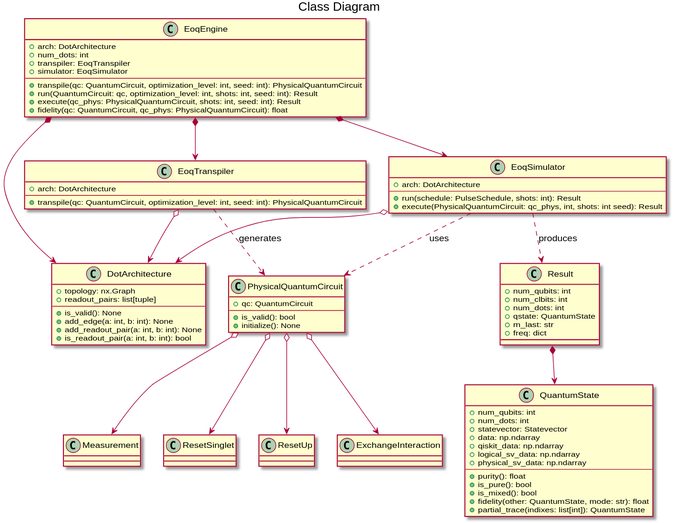
Above: uml/class.svg in samn33/eoqrid (PlantUML), before the change.
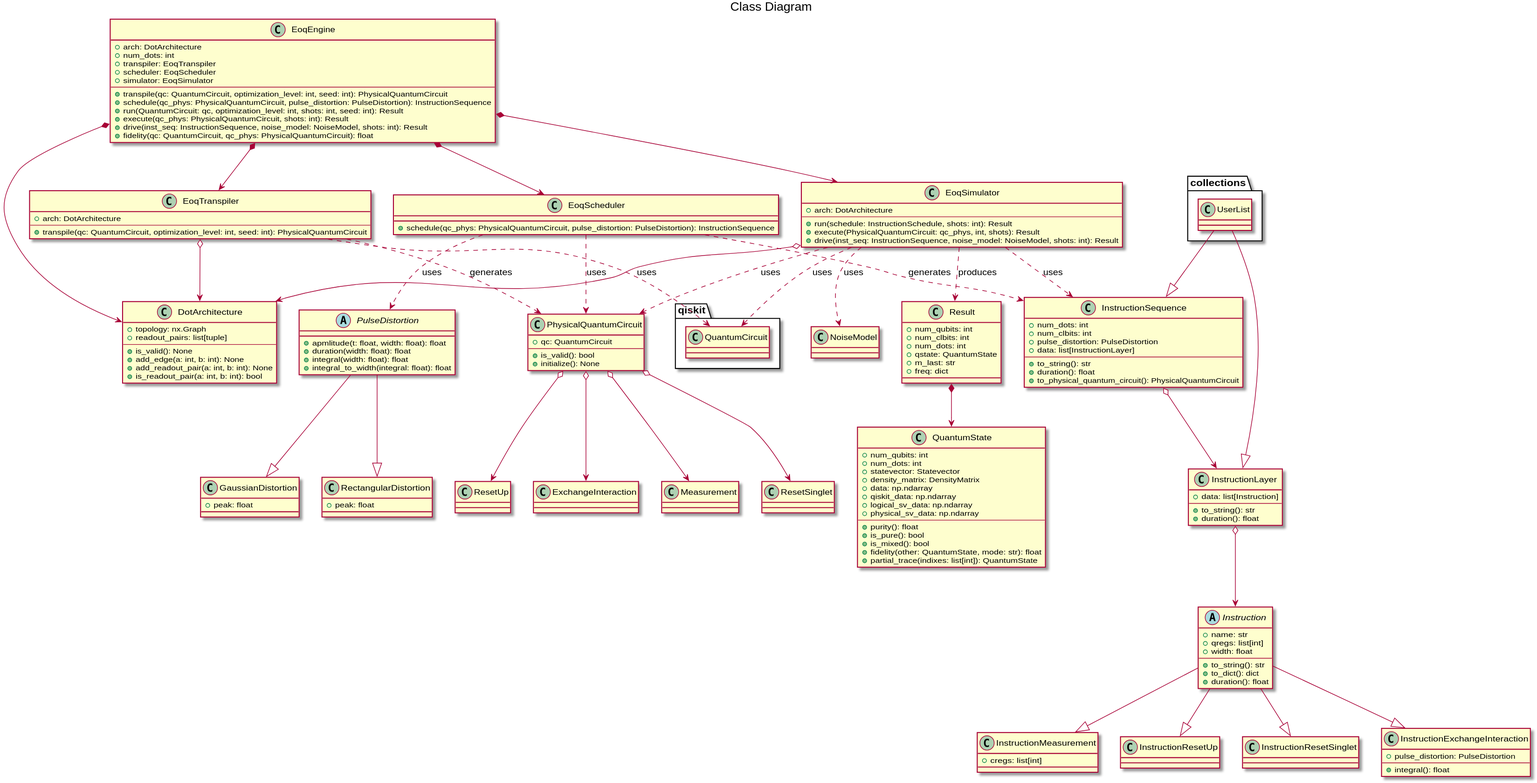
The same diagram one commit later.

Change to the diagram source:
```diff
@@ -3,14 +3,22 @@
 
 
 EoqEngine *--> EoqTranspiler
+EoqEngine *--> EoqScheduler
 EoqEngine *--> EoqSimulator
 EoqEngine *--> DotArchitecture
 
 EoqTranspiler o--> DotArchitecture
 EoqSimulator o--> DotArchitecture
 
+EoqTranspiler ..> qiskit.QuantumCircuit : uses
 EoqTranspiler ..> PhysicalQuantumCircuit : generates
+EoqScheduler ..> PhysicalQuantumCircuit : uses
+EoqScheduler ..> PulseDistortion : uses
+EoqScheduler ..> InstructionSequence : generates
+EoqSimulator ..> qiskit.QuantumCircuit : uses
 EoqSimulator ..> PhysicalQuantumCircuit : uses
+EoqSimulator ..> InstructionSequence : uses
+EoqSimulator ..> NoiseModel : uses
 EoqSimulator ..> Result : produces
 
 Result *--> QuantumState
@@ -25,11 +33,14 @@
   + arch: DotArchitecture
   + num_dots: int
   + transpiler: EoqTranspiler
+  + scheduler: EoqScheduler
   + simulator: EoqSimulator
   --
   + transpile(qc: QuantumCircuit, optimization_level: int, seed: int): PhysicalQuantumCircuit
+  + schedule(qc_phys: PhysicalQuantumCircuit, pulse_distortion: PulseDistortion): InstructionSequence
   + run(QuantumCircuit: qc, optimization_level: int, shots: int, seed: int): Result
-  + execute(qc_phys: PhysicalQuantumCircuit, shots: int, seed: int): Result
+  + execute(qc_phys: PhysicalQuantumCircuit, shots: int): Result
+  + drive(inst_seq: InstructionSequence, noise_model: NoiseModel, shots: int): Result
   + fidelity(qc: QuantumCircuit, qc_phys: PhysicalQuantumCircuit): float
 }
 
@@ -39,11 +50,16 @@
   + transpile(qc: QuantumCircuit, optimization_level: int, seed: int): PhysicalQuantumCircuit
 }
 
+class EoqScheduler {
+  + schedule(qc_phys: PhysicalQuantumCircuit, pulse_distortion: PulseDistortion): InstructionSequence
+}
+
 class EoqSimulator {
   + arch: DotArchitecture
   --
-  + run(schedule: PulseSchedule, shots: int): Result
-  + execute(PhysicalQuantumCircuit: qc_phys, int, shots: int seed): Result
+  + run(schedule: InstructionSchedule, shots: int): Result
+  + execute(PhysicalQuantumCircuit: qc_phys, int, shots): Result
+  + drive(inst_seq: InstructionSequence, noise_model: NoiseModel, shots: int): Result
 }
 
 class PhysicalQuantumCircuit {
@@ -88,6 +104,7 @@
   + num_qubits: int
   + num_dots: int
   + statevector: Statevector
+  + density_matrix: DensityMatrix
   + data: np.ndarray
   + qiskit_data: np.ndarray
   + logical_sv_data: np.ndarray
@@ -100,4 +117,79 @@
   + partial_trace(indixes: list[int]): QuantumState
 }
 
+PulseDistortion --|> RectangularDistortion
+PulseDistortion --|> GaussianDistortion
+
+abstract class PulseDistortion {
+  + apmlitude(t: float, width: float): float
+  + duration(width: float): float
+  + integral(width: float): float
+  + integral_to_width(integral: float): float
+}
+
+class RectangularDistortion {
+  + peak: float
+}
+
+class GaussianDistortion {
+  + peak: float
+}
+
+collections.UserList --|> InstructionSequence
+collections.UserList --|> InstructionLayer
+InstructionSequence o--> InstructionLayer
+InstructionLayer o--> Instruction
+
+class InstructionSequence {
+  + num_dots: int
+  + num_clbits: int
+  + pulse_distortion: PulseDistortion
+  + data: list[InstructionLayer]
+  --
+  + to_string(): str
+  + duration(): float
+  + to_physical_quantum_circuit(): PhysicalQuantumCircuit
+}
+
+class InstructionLayer {
+  + data: list[Instruction]
+  --
+  + to_string(): str
+  + duration(): float
+}
+
+Instruction --|> InstructionMeasurement
+Instruction --|> InstructionResetUp
+Instruction --|> InstructionResetSinglet
+Instruction --|> InstructionExchangeInteraction
+
+abstract class Instruction {
+  + name: str
+  + qregs: list[int]
+  + width: float
+  --
+  + to_string(): str
+  + to_dict(): dict
+  + duration(): float
+}
+
+class InstructionMeasurement {
+  + cregs: list[int]
+}
+
+class InstructionResetUp {
+}
+
+class InstructionResetSinglet {
+}
+
+class InstructionExchangeInteraction {
+  + pulse_distortion: PulseDistortion
+  --
+  + integral(): float
+}
+
+class NoiseModel {
+}
+
 @enduml
```
